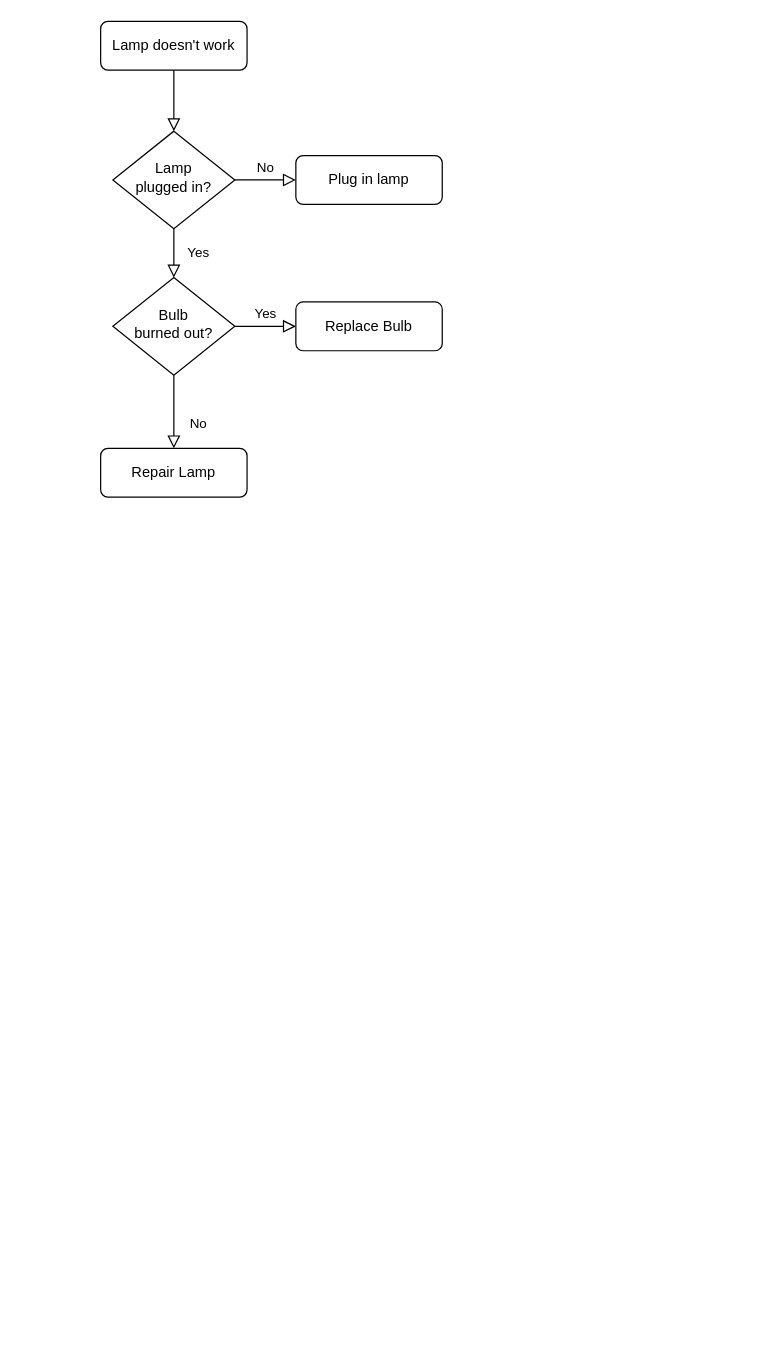
mika-em/mika_demo02 keeps this draw.io diagram as page "Page-1" (1 of 2) of Untitled Diagram.drawio. Above is the earlier version. Source tidied: cells renumbered, new cells numbered last; positions are measured from the earlier drawing's top-left corner, leaving out a move shared by most shapes. Both pictures are drawn from the tidied source at 122%, with x=0, y=0 at pixel (100, 21).
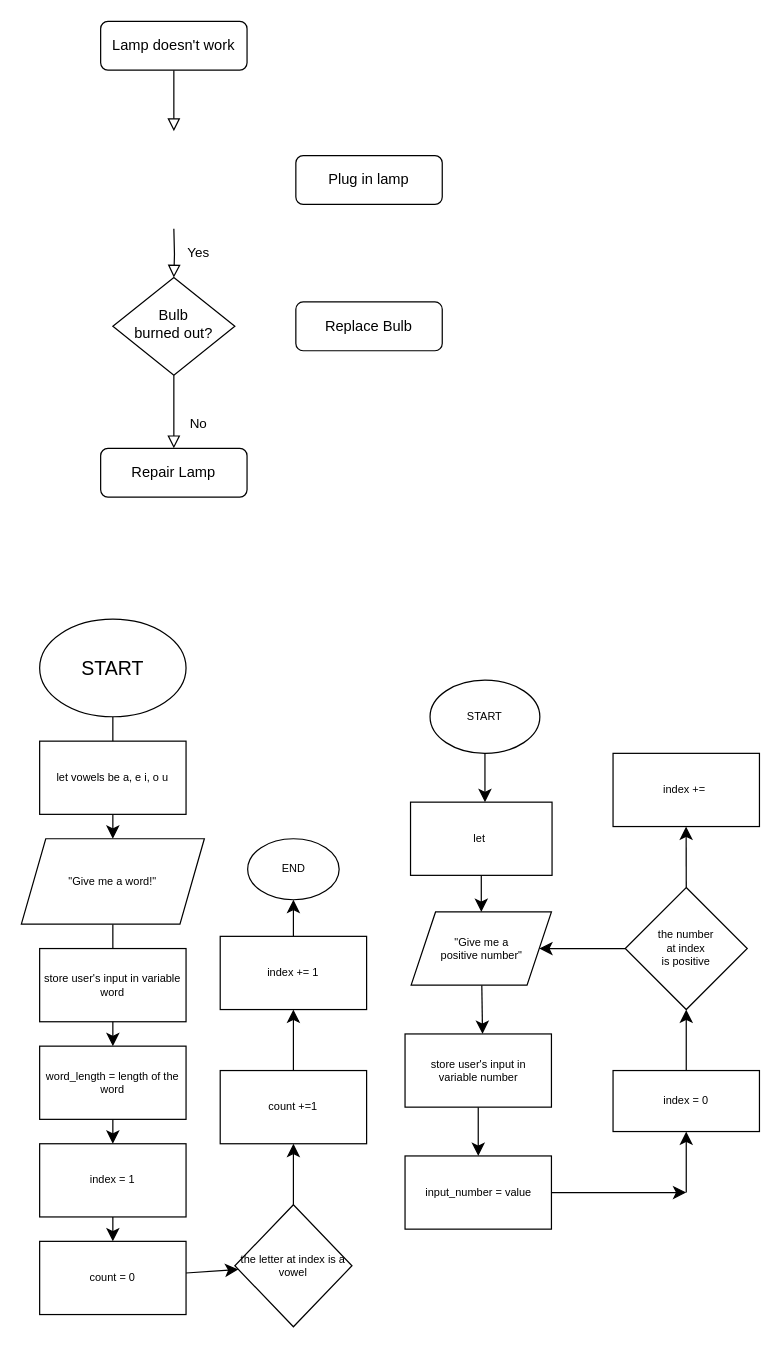
The same diagram, later.

The change refers to these unchanged cells:
```xml
<mxCell id="3" value="Lamp doesn't work" style="rounded=1;whiteSpace=wrap;html=1;fontSize=12;glass=0;strokeWidth=1;shadow=0;" parent="1" vertex="1">
  <mxGeometry width="120" height="40" as="geometry" />
</mxCell>
<mxCell id="7" value="Plug in lamp" style="rounded=1;whiteSpace=wrap;html=1;fontSize=12;glass=0;strokeWidth=1;shadow=0;" parent="1" vertex="1">
  <mxGeometry x="160" y="110" width="120" height="40" as="geometry" />
</mxCell>
<mxCell id="10" value="Bulb&lt;br&gt;burned out?" style="rhombus;whiteSpace=wrap;html=1;shadow=0;fontFamily=Helvetica;fontSize=12;align=center;strokeWidth=1;spacing=6;spacingTop=-4;" parent="1" vertex="1">
  <mxGeometry x="10" y="210" width="100" height="80" as="geometry" />
</mxCell>
<mxCell id="12" value="Replace Bulb" style="rounded=1;whiteSpace=wrap;html=1;fontSize=12;glass=0;strokeWidth=1;shadow=0;" parent="1" vertex="1">
  <mxGeometry x="160" y="230" width="120" height="40" as="geometry" />
</mxCell>
```

What changed in the source:
```diff
@@
-    <mxCell id="2" style="rounded=0;html=1;jettySize=auto;fontSize=11;endArrow=block;endFill=0;endSize=8;strokeWidth=1;shadow=0;labelBackgroundColor=none;edgeStyle=orthogonalEdgeStyle;" parent="1" edge="1" source="3" target="6">
-      <mxGeometry relative="1" as="geometry" />
+    <mxCell id="2" style="rounded=0;html=1;jettySize=auto;fontSize=11;endArrow=block;endFill=0;endSize=8;strokeWidth=1;shadow=0;labelBackgroundColor=none;edgeStyle=orthogonalEdgeStyle;" parent="1" edge="1" source="3">
+      <mxGeometry relative="1" as="geometry">
+        <mxPoint x="60" y="90" as="targetPoint" />
+      </mxGeometry>
     </mxCell>
@@
-    <mxCell id="4" value="Yes" style="rounded=0;html=1;jettySize=auto;fontSize=11;endArrow=block;endFill=0;endSize=8;strokeWidth=1;shadow=0;labelBackgroundColor=none;edgeStyle=orthogonalEdgeStyle;" parent="1" edge="1" source="6" target="10">
-      <mxGeometry y="20" relative="1" as="geometry" />
+    <mxCell id="4" value="Yes" style="rounded=0;html=1;jettySize=auto;fontSize=11;endArrow=block;endFill=0;endSize=8;strokeWidth=1;shadow=0;labelBackgroundColor=none;edgeStyle=orthogonalEdgeStyle;" parent="1" edge="1" target="10">
+      <mxGeometry y="20" relative="1" as="geometry">
+        <mxPoint x="60" y="170" as="sourcePoint" />
+      </mxGeometry>
     </mxCell>
-    <mxCell id="5" value="No" style="edgeStyle=orthogonalEdgeStyle;rounded=0;html=1;jettySize=auto;fontSize=11;endArrow=block;endFill=0;endSize=8;strokeWidth=1;shadow=0;labelBackgroundColor=none;" parent="1" edge="1" source="6" target="7">
-      <mxGeometry y="10" relative="1" as="geometry" />
-    </mxCell>
-    <mxCell id="6" value="Lamp&lt;br&gt;plugged in?" style="rhombus;whiteSpace=wrap;html=1;shadow=0;fontFamily=Helvetica;fontSize=12;align=center;strokeWidth=1;spacing=6;spacingTop=-4;" parent="1" vertex="1">
-      <mxGeometry x="10" y="90" width="100" height="80" as="geometry" />
-    </mxCell>
@@
-    <mxCell id="9" value="Yes" style="edgeStyle=orthogonalEdgeStyle;rounded=0;html=1;jettySize=auto;fontSize=11;endArrow=block;endFill=0;endSize=8;strokeWidth=1;shadow=0;labelBackgroundColor=none;" parent="1" edge="1" source="10" target="12">
-      <mxGeometry y="10" relative="1" as="geometry" />
-    </mxCell>
@@
+    <mxCell id="13" style="edgeStyle=none;curved=1;rounded=0;jettySize=auto;html=1;fontSize=9;startSize=8;endSize=8;" parent="1" edge="1" source="14" target="16">
+      <mxGeometry relative="1" as="geometry" />
+    </mxCell>
+    <mxCell id="14" value="START" style="ellipse;whiteSpace=wrap;html=1;fontSize=16;" parent="1" vertex="1">
+      <mxGeometry x="-50" y="490" width="120" height="80" as="geometry" />
+    </mxCell>
+    <mxCell id="15" style="edgeStyle=none;curved=1;rounded=0;jettySize=auto;html=1;fontSize=9;startSize=8;endSize=8;" parent="1" edge="1" source="16" target="21">
+      <mxGeometry relative="1" as="geometry" />
+    </mxCell>
+    <mxCell id="16" value="&quot;Give me a word!&quot;" style="shape=parallelogram;perimeter=parallelogramPerimeter;whiteSpace=wrap;html=1;fixedSize=1;fontSize=9;" parent="1" vertex="1">
+      <mxGeometry x="-65" y="670" width="150" height="70" as="geometry" />
+    </mxCell>
+    <mxCell id="17" value="let vowels be a, e i, o u" style="rounded=0;whiteSpace=wrap;html=1;fontSize=9;" parent="1" vertex="1">
+      <mxGeometry x="-50" y="590" width="120" height="60" as="geometry" />
+    </mxCell>
+    <mxCell id="18" style="edgeStyle=none;curved=1;rounded=0;orthogonalLoop=1;jettySize=auto;html=1;exitX=0.5;exitY=1;exitDx=0;exitDy=0;fontSize=9;startSize=8;endSize=8;" parent="1" edge="1" source="17" target="17">
+      <mxGeometry relative="1" as="geometry" />
+    </mxCell>
+    <mxCell id="19" value="store user's input in variable word" style="rounded=0;whiteSpace=wrap;html=1;fontSize=9;" parent="1" vertex="1">
+      <mxGeometry x="-50" y="760" width="120" height="60" as="geometry" />
+    </mxCell>
+    <mxCell id="20" style="edgeStyle=none;curved=1;rounded=0;jettySize=auto;html=1;fontSize=9;startSize=8;endSize=8;" parent="1" edge="1" source="21" target="23">
+      <mxGeometry relative="1" as="geometry" />
+    </mxCell>
+    <mxCell id="21" value="word_length = length of the word" style="rounded=0;whiteSpace=wrap;html=1;fontSize=9;" parent="1" vertex="1">
+      <mxGeometry x="-50" y="840" width="120" height="60" as="geometry" />
+    </mxCell>
+    <mxCell id="22" style="edgeStyle=none;curved=1;rounded=0;jettySize=auto;html=1;fontSize=9;startSize=8;endSize=8;" parent="1" edge="1" source="23" target="27">
+      <mxGeometry relative="1" as="geometry" />
+    </mxCell>
+    <mxCell id="23" value="index = 1" style="rounded=0;whiteSpace=wrap;html=1;fontSize=9;" parent="1" vertex="1">
+      <mxGeometry x="-50" y="920" width="120" height="60" as="geometry" />
+    </mxCell>
+    <mxCell id="24" value="the letter at index is a vowel" style="rhombus;whiteSpace=wrap;html=1;fontSize=9;" parent="1" vertex="1">
+      <mxGeometry x="110" y="970" width="96" height="100" as="geometry" />
+    </mxCell>
+    <mxCell id="25" style="endArrow=classic;html=1;rounded=0;fontSize=9;startSize=8;endSize=8;curved=1;exitX=0.5;exitY=0;exitDx=0;exitDy=0;entryX=0.5;entryY=1;entryDx=0;entryDy=0;" parent="1" edge="1" source="24" target="29">
+      <mxGeometry relative="1" as="geometry" />
+    </mxCell>
+    <mxCell id="26" style="edgeStyle=none;curved=1;rounded=0;jettySize=auto;html=1;fontSize=9;startSize=8;endSize=8;" parent="1" edge="1" source="27" target="24">
+      <mxGeometry relative="1" as="geometry" />
+    </mxCell>
+    <mxCell id="27" value="count = 0" style="rounded=0;whiteSpace=wrap;html=1;fontSize=9;" parent="1" vertex="1">
+      <mxGeometry x="-50" y="1000" width="120" height="60" as="geometry" />
+    </mxCell>
+    <mxCell id="28" style="edgeStyle=none;curved=1;rounded=0;jettySize=auto;html=1;fontSize=9;startSize=8;endSize=8;" parent="1" edge="1" source="29" target="31">
+      <mxGeometry relative="1" as="geometry" />
+    </mxCell>
+    <mxCell id="29" value="count +=1" style="rounded=0;whiteSpace=wrap;html=1;fontSize=9;" parent="1" vertex="1">
+      <mxGeometry x="98" y="860" width="120" height="60" as="geometry" />
+    </mxCell>
+    <mxCell id="30" style="edgeStyle=none;curved=1;rounded=0;jettySize=auto;html=1;fontSize=9;startSize=8;endSize=8;" parent="1" edge="1" source="31" target="32">
+      <mxGeometry relative="1" as="geometry" />
+    </mxCell>
+    <mxCell id="31" value="index += 1" style="rounded=0;whiteSpace=wrap;html=1;fontSize=9;" parent="1" vertex="1">
+      <mxGeometry x="98" y="750" width="120" height="60" as="geometry" />
+    </mxCell>
+    <mxCell id="32" value="END" style="ellipse;whiteSpace=wrap;html=1;fontSize=9;" parent="1" vertex="1">
+      <mxGeometry x="120.5" y="670" width="75" height="50" as="geometry" />
+    </mxCell>
+    <mxCell id="33" style="edgeStyle=none;curved=1;rounded=0;jettySize=auto;html=1;fontSize=9;startSize=8;endSize=8;" parent="1" edge="1" source="34">
+      <mxGeometry relative="1" as="geometry">
+        <mxPoint x="315" y="640" as="targetPoint" />
+      </mxGeometry>
+    </mxCell>
+    <mxCell id="34" value="START" style="ellipse;whiteSpace=wrap;html=1;fontSize=9;" parent="1" vertex="1">
+      <mxGeometry x="270" y="540" width="90" height="60" as="geometry" />
+    </mxCell>
+    <mxCell id="35" style="edgeStyle=none;curved=1;rounded=0;jettySize=auto;html=1;entryX=0.5;entryY=0;entryDx=0;entryDy=0;fontSize=9;startSize=8;endSize=8;" parent="1" edge="1" source="36" target="38">
+      <mxGeometry relative="1" as="geometry" />
+    </mxCell>
+    <mxCell id="36" value="let&amp;nbsp;" style="rounded=0;whiteSpace=wrap;html=1;fontSize=9;" parent="1" vertex="1">
+      <mxGeometry x="254" y="640" width="116" height="60" as="geometry" />
+    </mxCell>
+    <mxCell id="37" style="edgeStyle=none;curved=1;rounded=0;jettySize=auto;html=1;fontSize=9;startSize=8;endSize=8;" parent="1" edge="1" source="38">
+      <mxGeometry relative="1" as="geometry">
+        <mxPoint x="313" y="830" as="targetPoint" />
+      </mxGeometry>
+    </mxCell>
+    <mxCell id="38" value="&quot;Give me a &lt;br&gt;positive number&quot;" style="shape=parallelogram;perimeter=parallelogramPerimeter;whiteSpace=wrap;html=1;fixedSize=1;fontSize=9;" parent="1" vertex="1">
+      <mxGeometry x="254.5" y="730" width="115" height="60" as="geometry" />
+    </mxCell>
+    <mxCell id="39" style="edgeStyle=none;curved=1;rounded=0;jettySize=auto;html=1;fontSize=9;startSize=8;endSize=8;" parent="1" edge="1" source="40">
+      <mxGeometry relative="1" as="geometry">
+        <mxPoint x="309.5" y="930" as="targetPoint" />
+      </mxGeometry>
+    </mxCell>
+    <mxCell id="40" value="store user's input in&lt;br&gt;variable number" style="rounded=0;whiteSpace=wrap;html=1;fontSize=9;" parent="1" vertex="1">
+      <mxGeometry x="249.5" y="830" width="120" height="60" as="geometry" />
+    </mxCell>
+    <mxCell id="41" style="edgeStyle=none;curved=1;rounded=0;jettySize=auto;html=1;fontSize=9;startSize=8;endSize=8;" parent="1" edge="1" source="42">
+      <mxGeometry relative="1" as="geometry">
+        <mxPoint x="480" y="960" as="targetPoint" />
+      </mxGeometry>
+    </mxCell>
+    <mxCell id="42" value="input_number = value" style="rounded=0;whiteSpace=wrap;html=1;fontSize=9;" parent="1" vertex="1">
+      <mxGeometry x="249.5" y="930" width="120" height="60" as="geometry" />
+    </mxCell>
+    <mxCell id="43" style="edgeStyle=none;curved=1;rounded=0;jettySize=auto;html=1;fontSize=9;startSize=8;endSize=8;" parent="1" edge="1" source="44" target="47">
+      <mxGeometry relative="1" as="geometry" />
+    </mxCell>
+    <mxCell id="44" value="index = 0" style="rounded=0;whiteSpace=wrap;html=1;fontSize=9;" parent="1" vertex="1">
+      <mxGeometry x="420" y="860" width="120" height="50" as="geometry" />
+    </mxCell>
+    <mxCell id="45" style="edgeStyle=none;curved=1;rounded=0;jettySize=auto;html=1;fontSize=9;startSize=8;endSize=8;entryX=1;entryY=0.5;entryDx=0;entryDy=0;exitX=0;exitY=0.5;exitDx=0;exitDy=0;" parent="1" edge="1" source="47" target="38">
+      <mxGeometry relative="1" as="geometry" />
+    </mxCell>
+    <mxCell id="46" style="edgeStyle=none;curved=1;rounded=0;jettySize=auto;html=1;exitX=0.5;exitY=0;exitDx=0;exitDy=0;fontSize=9;startSize=8;endSize=8;" parent="1" edge="1" source="47">
+      <mxGeometry relative="1" as="geometry">
+        <mxPoint x="479.9" y="660" as="targetPoint" />
+      </mxGeometry>
+    </mxCell>
+    <mxCell id="47" value="the number&lt;br&gt;at index&lt;br&gt;is positive" style="rhombus;whiteSpace=wrap;html=1;fontSize=9;" parent="1" vertex="1">
+      <mxGeometry x="430" y="710" width="100" height="100" as="geometry" />
+    </mxCell>
+    <mxCell id="48" style="endArrow=classic;html=1;rounded=0;fontSize=9;startSize=8;endSize=8;curved=1;" parent="1" edge="1" target="44">
+      <mxGeometry relative="1" as="geometry">
+        <mxPoint x="480" y="960" as="sourcePoint" />
+      </mxGeometry>
+    </mxCell>
+    <mxCell id="49" value="index +=&amp;nbsp;" style="rounded=0;whiteSpace=wrap;html=1;fontSize=9;" parent="1" vertex="1">
+      <mxGeometry x="420" y="600" width="120" height="60" as="geometry" />
+    </mxCell>
```
